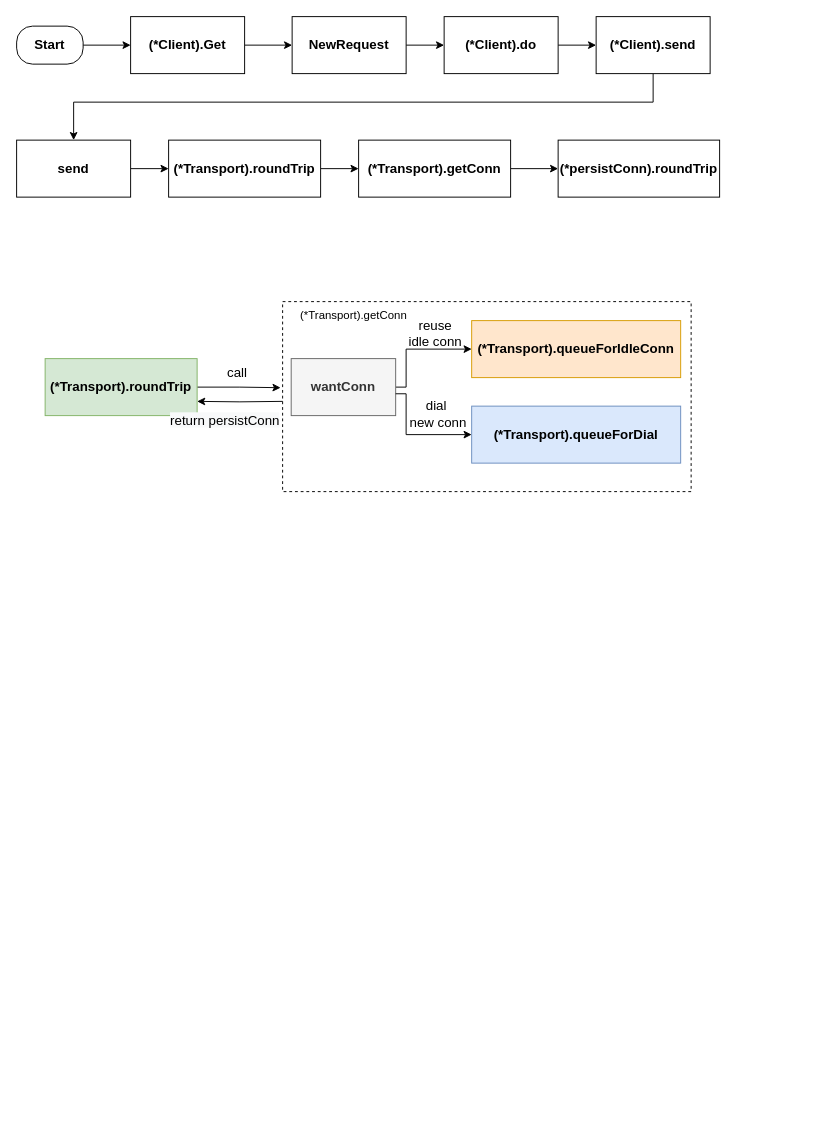
The draw.io diagram golang-http1-1-flow.drawio in baoqger/drawing.io, before the edit. Source tidied: cells renumbered, new cells numbered last; positions are measured from the earlier drawing's top-left corner, leaving out a move shared by most shapes. Both pictures are drawn from the tidied source at 95%, with x=0, y=0 at pixel (16, 16).
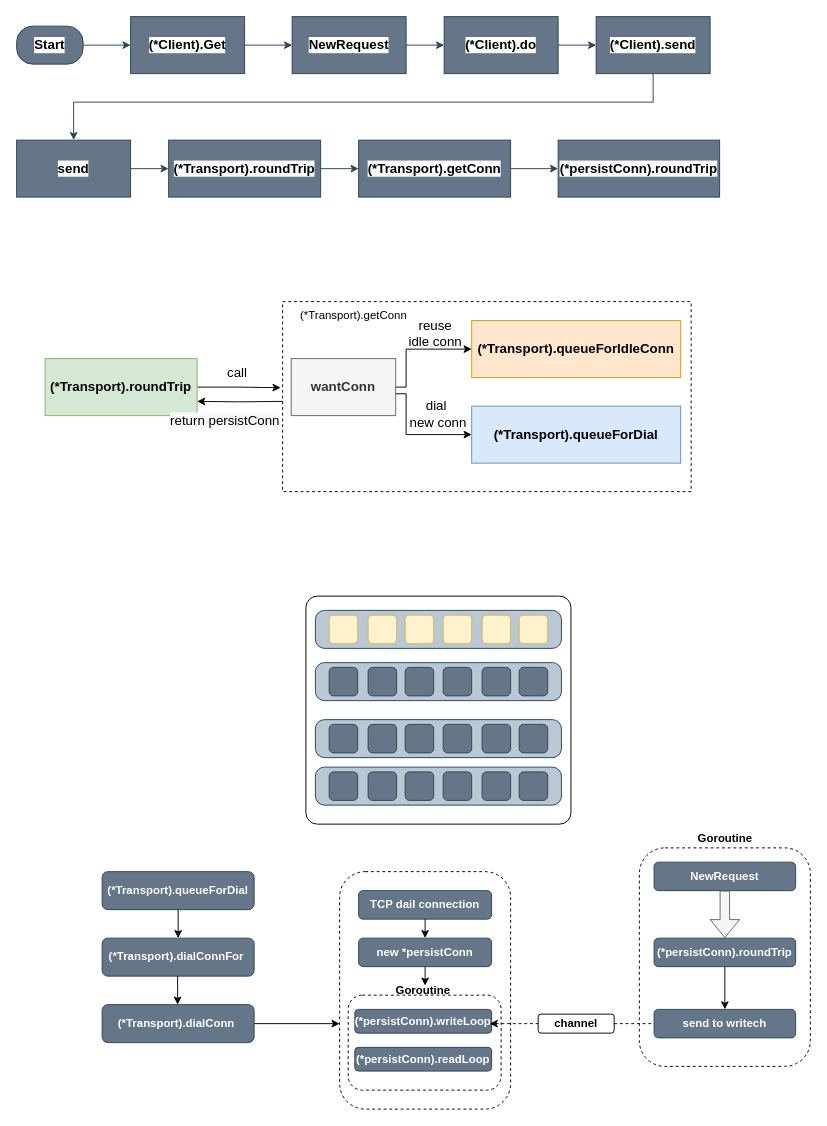
The same diagram, later.

What changed in the source:
```diff
@@
-    <mxCell id="2" style="edgeStyle=orthogonalEdgeStyle;rounded=0;jettySize=auto;html=1;" parent="1" edge="1" source="3" target="5">
+    <mxCell id="2" style="edgeStyle=orthogonalEdgeStyle;rounded=0;jettySize=auto;html=1;fillColor=#647687;strokeColor=#314354;labelBackgroundColor=default;fontColor=default;" parent="1" edge="1" source="3" target="5">
       <mxGeometry relative="1" as="geometry" />
     </mxCell>
-    <mxCell id="3" value="Start" style="rounded=1;whiteSpace=wrap;html=1;arcSize=42;fontStyle=1;fontSize=14;" parent="1" vertex="1">
+    <mxCell id="3" value="Start" style="rounded=1;whiteSpace=wrap;html=1;arcSize=42;fontStyle=1;fontSize=14;fillColor=#647687;fontColor=default;strokeColor=#314354;labelBackgroundColor=default;" parent="1" vertex="1">
       <mxGeometry y="10" width="70" height="40" as="geometry" />
     </mxCell>
-    <mxCell id="4" style="edgeStyle=orthogonalEdgeStyle;rounded=0;jettySize=auto;html=1;fontSize=14;" parent="1" edge="1" source="5" target="7">
+    <mxCell id="4" style="edgeStyle=orthogonalEdgeStyle;rounded=0;jettySize=auto;html=1;fontSize=14;fillColor=#647687;strokeColor=#314354;labelBackgroundColor=default;fontColor=default;" parent="1" edge="1" source="5" target="7">
       <mxGeometry relative="1" as="geometry" />
     </mxCell>
-    <mxCell id="5" value="(*Client).Get" style="rounded=1;whiteSpace=wrap;html=1;arcSize=0;fontSize=14;fontStyle=1;" parent="1" vertex="1">
+    <mxCell id="5" value="(*Client).Get" style="rounded=1;whiteSpace=wrap;html=1;arcSize=0;fontSize=14;fontStyle=1;fillColor=#647687;fontColor=default;strokeColor=#314354;labelBackgroundColor=default;" parent="1" vertex="1">
       <mxGeometry x="120" width="120" height="60" as="geometry" />
     </mxCell>
-    <mxCell id="6" style="edgeStyle=orthogonalEdgeStyle;rounded=0;jettySize=auto;html=1;fontSize=14;" parent="1" edge="1" source="7" target="9">
+    <mxCell id="6" style="edgeStyle=orthogonalEdgeStyle;rounded=0;jettySize=auto;html=1;fontSize=14;fillColor=#647687;strokeColor=#314354;labelBackgroundColor=default;fontColor=default;" parent="1" edge="1" source="7" target="9">
       <mxGeometry relative="1" as="geometry" />
     </mxCell>
-    <mxCell id="7" value="NewRequest" style="rounded=1;whiteSpace=wrap;html=1;arcSize=0;fontSize=14;fontStyle=1;" parent="1" vertex="1">
+    <mxCell id="7" value="NewRequest" style="rounded=1;whiteSpace=wrap;html=1;arcSize=0;fontSize=14;fontStyle=1;fillColor=#647687;fontColor=default;strokeColor=#314354;labelBackgroundColor=default;" parent="1" vertex="1">
       <mxGeometry x="290" width="120" height="60" as="geometry" />
     </mxCell>
-    <mxCell id="8" style="edgeStyle=orthogonalEdgeStyle;rounded=0;jettySize=auto;html=1;fontSize=14;" parent="1" edge="1" source="9" target="11">
+    <mxCell id="8" style="edgeStyle=orthogonalEdgeStyle;rounded=0;jettySize=auto;html=1;fontSize=14;fillColor=#647687;strokeColor=#314354;labelBackgroundColor=default;fontColor=default;" parent="1" edge="1" source="9" target="11">
       <mxGeometry relative="1" as="geometry" />
     </mxCell>
-    <mxCell id="9" value="(*Client).do" style="rounded=1;whiteSpace=wrap;html=1;arcSize=0;fontSize=14;fontStyle=1;" parent="1" vertex="1">
+    <mxCell id="9" value="(*Client).do" style="rounded=1;whiteSpace=wrap;html=1;arcSize=0;fontSize=14;fontStyle=1;fillColor=#647687;fontColor=default;strokeColor=#314354;labelBackgroundColor=default;" parent="1" vertex="1">
       <mxGeometry x="450" width="120" height="60" as="geometry" />
     </mxCell>
-    <mxCell id="10" style="edgeStyle=orthogonalEdgeStyle;rounded=0;jettySize=auto;html=1;fontSize=14;" parent="1" edge="1" source="11" target="13">
+    <mxCell id="10" style="edgeStyle=orthogonalEdgeStyle;rounded=0;jettySize=auto;html=1;fontSize=14;fillColor=#647687;strokeColor=#314354;labelBackgroundColor=default;fontColor=default;" parent="1" edge="1" source="11" target="13">
       <mxGeometry relative="1" as="geometry">
         <Array as="points">
           <mxPoint x="670" y="90" />
           <mxPoint x="60" y="90" />
         </Array>
       </mxGeometry>
     </mxCell>
-    <mxCell id="11" value="(*Client).send" style="rounded=1;whiteSpace=wrap;html=1;arcSize=0;fontSize=14;fontStyle=1;" parent="1" vertex="1">
+    <mxCell id="11" value="(*Client).send" style="rounded=1;whiteSpace=wrap;html=1;arcSize=0;fontSize=14;fontStyle=1;fillColor=#647687;fontColor=default;strokeColor=#314354;labelBackgroundColor=default;" parent="1" vertex="1">
       <mxGeometry x="610" width="120" height="60" as="geometry" />
     </mxCell>
-    <mxCell id="12" style="edgeStyle=orthogonalEdgeStyle;rounded=0;jettySize=auto;html=1;fontSize=14;" parent="1" edge="1" source="13" target="15">
+    <mxCell id="12" style="edgeStyle=orthogonalEdgeStyle;rounded=0;jettySize=auto;html=1;fontSize=14;fillColor=#647687;strokeColor=#314354;labelBackgroundColor=default;fontColor=default;" parent="1" edge="1" source="13" target="15">
       <mxGeometry relative="1" as="geometry" />
     </mxCell>
-    <mxCell id="13" value="send" style="rounded=1;whiteSpace=wrap;html=1;arcSize=0;fontSize=14;fontStyle=1;" parent="1" vertex="1">
+    <mxCell id="13" value="send" style="rounded=1;whiteSpace=wrap;html=1;arcSize=0;fontSize=14;fontStyle=1;fillColor=#647687;fontColor=default;strokeColor=#314354;labelBackgroundColor=default;" parent="1" vertex="1">
       <mxGeometry y="130" width="120" height="60" as="geometry" />
     </mxCell>
-    <mxCell id="14" style="edgeStyle=orthogonalEdgeStyle;rounded=0;jettySize=auto;html=1;fontSize=14;" parent="1" edge="1" source="15" target="17">
+    <mxCell id="14" style="edgeStyle=orthogonalEdgeStyle;rounded=0;jettySize=auto;html=1;fontSize=14;fillColor=#647687;strokeColor=#314354;labelBackgroundColor=default;fontColor=default;" parent="1" edge="1" source="15" target="17">
       <mxGeometry relative="1" as="geometry" />
     </mxCell>
-    <mxCell id="15" value="(*Transport).roundTrip" style="rounded=1;whiteSpace=wrap;html=1;arcSize=0;fontSize=14;fontStyle=1;" parent="1" vertex="1">
+    <mxCell id="15" value="(*Transport).roundTrip" style="rounded=1;whiteSpace=wrap;html=1;arcSize=0;fontSize=14;fontStyle=1;fillColor=#647687;fontColor=default;strokeColor=#314354;labelBackgroundColor=default;" parent="1" vertex="1">
       <mxGeometry x="160" y="130" width="160" height="60" as="geometry" />
     </mxCell>
-    <mxCell id="16" style="edgeStyle=orthogonalEdgeStyle;rounded=0;jettySize=auto;html=1;fontSize=14;" parent="1" edge="1" source="17" target="18">
+    <mxCell id="16" style="edgeStyle=orthogonalEdgeStyle;rounded=0;jettySize=auto;html=1;fontSize=14;fillColor=#647687;strokeColor=#314354;labelBackgroundColor=default;fontColor=default;" parent="1" edge="1" source="17" target="18">
       <mxGeometry relative="1" as="geometry" />
     </mxCell>
-    <mxCell id="17" value="(*Transport).getConn" style="rounded=1;whiteSpace=wrap;html=1;arcSize=0;fontSize=14;fontStyle=1;" parent="1" vertex="1">
+    <mxCell id="17" value="(*Transport).getConn" style="rounded=1;whiteSpace=wrap;html=1;arcSize=0;fontSize=14;fontStyle=1;fillColor=#647687;fontColor=default;strokeColor=#314354;labelBackgroundColor=default;" parent="1" vertex="1">
       <mxGeometry x="360" y="130" width="160" height="60" as="geometry" />
     </mxCell>
-    <mxCell id="18" value="(*persistConn).roundTrip" style="rounded=1;whiteSpace=wrap;html=1;arcSize=0;fontSize=14;fontStyle=1;" parent="1" vertex="1">
+    <mxCell id="18" value="(*persistConn).roundTrip" style="rounded=1;whiteSpace=wrap;html=1;arcSize=0;fontSize=14;fontStyle=1;fillColor=#647687;fontColor=default;strokeColor=#314354;labelBackgroundColor=default;" parent="1" vertex="1">
       <mxGeometry x="570" y="130" width="170" height="60" as="geometry" />
     </mxCell>
@@
+    <mxCell id="33" style="rounded=1;whiteSpace=wrap;html=1;fontColor=default;strokeColor=default;fillColor=default;arcSize=5;" parent="1" vertex="1">
+      <mxGeometry x="304.5" y="610" width="279" height="240" as="geometry" />
+    </mxCell>
+    <mxCell id="34" style="rounded=1;whiteSpace=wrap;html=1;strokeColor=#23445d;fillColor=#bac8d3;arcSize=24;fontColor=default;" parent="1" vertex="1">
+      <mxGeometry x="314.5" y="625" width="259" height="40" as="geometry" />
+    </mxCell>
+    <mxCell id="35" style="rounded=1;whiteSpace=wrap;html=1;strokeColor=#d6b656;fillColor=#fff2cc;fontColor=default;" parent="1" vertex="1">
+      <mxGeometry x="329" y="630" width="30" height="30" as="geometry" />
+    </mxCell>
+    <mxCell id="36" style="rounded=1;whiteSpace=wrap;html=1;strokeColor=#d6b656;fillColor=#fff2cc;fontColor=default;" parent="1" vertex="1">
+      <mxGeometry x="370" y="630" width="30" height="30" as="geometry" />
+    </mxCell>
+    <mxCell id="37" style="rounded=1;whiteSpace=wrap;html=1;strokeColor=#d6b656;fillColor=#fff2cc;fontColor=default;" parent="1" vertex="1">
+      <mxGeometry x="409" y="630" width="30" height="30" as="geometry" />
+    </mxCell>
+    <mxCell id="38" style="rounded=1;whiteSpace=wrap;html=1;strokeColor=#d6b656;fillColor=#fff2cc;fontColor=default;" parent="1" vertex="1">
+      <mxGeometry x="449" y="630" width="30" height="30" as="geometry" />
+    </mxCell>
+    <mxCell id="39" style="rounded=1;whiteSpace=wrap;html=1;strokeColor=#d6b656;fillColor=#fff2cc;fontColor=default;" parent="1" vertex="1">
+      <mxGeometry x="490" y="630" width="30" height="30" as="geometry" />
+    </mxCell>
+    <mxCell id="40" style="rounded=1;whiteSpace=wrap;html=1;strokeColor=#d6b656;fillColor=#fff2cc;fontColor=default;" parent="1" vertex="1">
+      <mxGeometry x="529" y="630" width="30" height="30" as="geometry" />
+    </mxCell>
+    <mxCell id="41" style="rounded=1;whiteSpace=wrap;html=1;strokeColor=#23445d;fillColor=#bac8d3;arcSize=24;fontColor=default;" parent="1" vertex="1">
+      <mxGeometry x="314.5" y="680" width="259" height="40" as="geometry" />
+    </mxCell>
+    <mxCell id="42" style="rounded=1;whiteSpace=wrap;html=1;strokeColor=#314354;fillColor=#647687;fontColor=#ffffff;" parent="1" vertex="1">
+      <mxGeometry x="329" y="685" width="30" height="30" as="geometry" />
+    </mxCell>
+    <mxCell id="43" style="rounded=1;whiteSpace=wrap;html=1;strokeColor=#314354;fillColor=#647687;fontColor=#ffffff;" parent="1" vertex="1">
+      <mxGeometry x="370" y="685" width="30" height="30" as="geometry" />
+    </mxCell>
+    <mxCell id="44" style="rounded=1;whiteSpace=wrap;html=1;strokeColor=#314354;fillColor=#647687;fontColor=#ffffff;" parent="1" vertex="1">
+      <mxGeometry x="409" y="685" width="30" height="30" as="geometry" />
+    </mxCell>
+    <mxCell id="45" style="rounded=1;whiteSpace=wrap;html=1;strokeColor=#314354;fillColor=#647687;fontColor=#ffffff;" parent="1" vertex="1">
+      <mxGeometry x="449" y="685" width="30" height="30" as="geometry" />
+    </mxCell>
+    <mxCell id="46" style="rounded=1;whiteSpace=wrap;html=1;strokeColor=#314354;fillColor=#647687;fontColor=#ffffff;" parent="1" vertex="1">
+      <mxGeometry x="490" y="685" width="30" height="30" as="geometry" />
+    </mxCell>
+    <mxCell id="47" style="rounded=1;whiteSpace=wrap;html=1;strokeColor=#314354;fillColor=#647687;fontColor=#ffffff;" parent="1" vertex="1">
+      <mxGeometry x="529" y="685" width="30" height="30" as="geometry" />
+    </mxCell>
+    <mxCell id="48" style="rounded=1;whiteSpace=wrap;html=1;strokeColor=#23445d;fillColor=#bac8d3;arcSize=24;fontColor=default;" parent="1" vertex="1">
+      <mxGeometry x="314.5" y="740" width="259" height="40" as="geometry" />
+    </mxCell>
+    <mxCell id="49" style="rounded=1;whiteSpace=wrap;html=1;strokeColor=#314354;fillColor=#647687;fontColor=#ffffff;" parent="1" vertex="1">
+      <mxGeometry x="329" y="745" width="30" height="30" as="geometry" />
+    </mxCell>
+    <mxCell id="50" style="rounded=1;whiteSpace=wrap;html=1;strokeColor=#314354;fillColor=#647687;fontColor=#ffffff;" parent="1" vertex="1">
+      <mxGeometry x="370" y="745" width="30" height="30" as="geometry" />
+    </mxCell>
+    <mxCell id="51" style="rounded=1;whiteSpace=wrap;html=1;strokeColor=#314354;fillColor=#647687;fontColor=#ffffff;" parent="1" vertex="1">
+      <mxGeometry x="409" y="745" width="30" height="30" as="geometry" />
+    </mxCell>
+    <mxCell id="52" style="rounded=1;whiteSpace=wrap;html=1;strokeColor=#314354;fillColor=#647687;fontColor=#ffffff;" parent="1" vertex="1">
+      <mxGeometry x="449" y="745" width="30" height="30" as="geometry" />
+    </mxCell>
+    <mxCell id="53" style="rounded=1;whiteSpace=wrap;html=1;strokeColor=#314354;fillColor=#647687;fontColor=#ffffff;" parent="1" vertex="1">
+      <mxGeometry x="490" y="745" width="30" height="30" as="geometry" />
+    </mxCell>
+    <mxCell id="54" style="rounded=1;whiteSpace=wrap;html=1;strokeColor=#314354;fillColor=#647687;fontColor=#ffffff;" parent="1" vertex="1">
+      <mxGeometry x="529" y="745" width="30" height="30" as="geometry" />
+    </mxCell>
+    <mxCell id="55" style="rounded=1;whiteSpace=wrap;html=1;strokeColor=#23445d;fillColor=#bac8d3;arcSize=24;fontColor=default;" parent="1" vertex="1">
+      <mxGeometry x="314.5" y="790" width="259" height="40" as="geometry" />
+    </mxCell>
+    <mxCell id="56" style="rounded=1;whiteSpace=wrap;html=1;strokeColor=#314354;fillColor=#647687;fontColor=#ffffff;" parent="1" vertex="1">
+      <mxGeometry x="329" y="795" width="30" height="30" as="geometry" />
+    </mxCell>
+    <mxCell id="57" style="rounded=1;whiteSpace=wrap;html=1;strokeColor=#314354;fillColor=#647687;fontColor=#ffffff;" parent="1" vertex="1">
+      <mxGeometry x="370" y="795" width="30" height="30" as="geometry" />
+    </mxCell>
+    <mxCell id="58" style="rounded=1;whiteSpace=wrap;html=1;strokeColor=#314354;fillColor=#647687;fontColor=#ffffff;" parent="1" vertex="1">
+      <mxGeometry x="409" y="795" width="30" height="30" as="geometry" />
+    </mxCell>
+    <mxCell id="59" style="rounded=1;whiteSpace=wrap;html=1;strokeColor=#314354;fillColor=#647687;fontColor=#ffffff;" parent="1" vertex="1">
+      <mxGeometry x="449" y="795" width="30" height="30" as="geometry" />
+    </mxCell>
+    <mxCell id="60" style="rounded=1;whiteSpace=wrap;html=1;strokeColor=#314354;fillColor=#647687;fontColor=#ffffff;" parent="1" vertex="1">
+      <mxGeometry x="490" y="795" width="30" height="30" as="geometry" />
+    </mxCell>
+    <mxCell id="61" style="rounded=1;whiteSpace=wrap;html=1;strokeColor=#314354;fillColor=#647687;fontColor=#ffffff;" parent="1" vertex="1">
+      <mxGeometry x="529" y="795" width="30" height="30" as="geometry" />
+    </mxCell>
+    <mxCell id="62" value="(*Transport).dialConnFor&amp;nbsp;" style="rounded=1;whiteSpace=wrap;html=1;fillColor=#647687;strokeColor=#314354;fontStyle=1;fontColor=#ffffff;" parent="1" vertex="1">
+      <mxGeometry x="90" y="970" width="160" height="40" as="geometry" />
+    </mxCell>
+    <mxCell id="63" value="(*Transport).queueForDial" style="rounded=1;whiteSpace=wrap;html=1;fillColor=#647687;strokeColor=#314354;fontStyle=1;fontColor=#ffffff;" parent="1" vertex="1">
+      <mxGeometry x="90" y="900" width="160" height="40" as="geometry" />
+    </mxCell>
+    <mxCell id="64" style="edgeStyle=orthogonalEdgeStyle;rounded=0;jettySize=auto;html=1;fontColor=default;strokeColor=default;labelBackgroundColor=default;" parent="1" edge="1" source="65" target="66">
+      <mxGeometry relative="1" as="geometry">
+        <Array as="points">
+          <mxPoint x="330" y="1060" />
+          <mxPoint x="330" y="1060" />
+        </Array>
+      </mxGeometry>
+    </mxCell>
+    <mxCell id="65" value="(*Transport).dialConn&amp;nbsp;" style="rounded=1;whiteSpace=wrap;html=1;fillColor=#647687;strokeColor=#314354;fontStyle=1;fontColor=#ffffff;" parent="1" vertex="1">
+      <mxGeometry x="90" y="1040" width="160" height="40" as="geometry" />
+    </mxCell>
+    <mxCell id="66" style="whiteSpace=wrap;html=1;rounded=1;fontStyle=1;strokeColor=default;fillColor=none;fontColor=default;dashed=1;" parent="1" vertex="1">
+      <mxGeometry x="340" y="900" width="180" height="250" as="geometry" />
+    </mxCell>
+    <mxCell id="67" value="TCP dail connection" style="rounded=1;whiteSpace=wrap;html=1;strokeColor=#314354;fillColor=#647687;fontColor=#ffffff;fontStyle=1;" parent="1" vertex="1">
+      <mxGeometry x="360" y="920" width="140" height="30" as="geometry" />
+    </mxCell>
+    <mxCell id="68" style="whiteSpace=wrap;html=1;rounded=1;fontStyle=1;strokeColor=default;fillColor=none;fontColor=default;dashed=1;" parent="1" vertex="1">
+      <mxGeometry x="349" y="1030" width="161" height="100" as="geometry" />
+    </mxCell>
+    <mxCell id="69" value="(*persistConn).writeLoop" style="rounded=1;whiteSpace=wrap;html=1;strokeColor=#314354;fillColor=#647687;fontColor=#ffffff;fontStyle=1;" parent="1" vertex="1">
+      <mxGeometry x="356" y="1045" width="144" height="25" as="geometry" />
+    </mxCell>
+    <mxCell id="70" value="(*persistConn).readLoop" style="rounded=1;whiteSpace=wrap;html=1;strokeColor=#314354;fillColor=#647687;fontColor=#ffffff;fontStyle=1;" parent="1" vertex="1">
+      <mxGeometry x="356" y="1085" width="144" height="25" as="geometry" />
+    </mxCell>
+    <mxCell id="71" value="Goroutine" style="text;html=1;strokeColor=none;fillColor=none;align=center;verticalAlign=middle;whiteSpace=wrap;rounded=0;dashed=1;fontColor=default;fontStyle=1;" parent="1" vertex="1">
+      <mxGeometry x="398" y="1010" width="60" height="30" as="geometry" />
+    </mxCell>
+    <mxCell id="72" value="(*persistConn).roundTrip" style="rounded=1;whiteSpace=wrap;html=1;strokeColor=#314354;fillColor=#647687;fontColor=#ffffff;fontStyle=1;" parent="1" vertex="1">
+      <mxGeometry x="671" y="970" width="149" height="30" as="geometry" />
+    </mxCell>
+    <mxCell id="73" value="send to writech" style="rounded=1;whiteSpace=wrap;html=1;strokeColor=#314354;fillColor=#647687;fontColor=#ffffff;fontStyle=1;" parent="1" vertex="1">
+      <mxGeometry x="671" y="1045" width="149" height="30" as="geometry" />
+    </mxCell>
+    <mxCell id="74" style="endArrow=classic;html=1;rounded=0;labelBackgroundColor=default;fontColor=default;strokeColor=default;entryX=0.5;entryY=0;entryDx=0;entryDy=0;exitX=0.5;exitY=1;exitDx=0;exitDy=0;" parent="1" edge="1" source="72" target="73">
+      <mxGeometry relative="1" as="geometry" />
+    </mxCell>
+    <mxCell id="75" value="channel" style="rounded=1;whiteSpace=wrap;html=1;fontColor=default;strokeColor=default;fillColor=none;fontStyle=1;" parent="1" vertex="1">
+      <mxGeometry x="549" y="1050" width="80" height="20" as="geometry" />
+    </mxCell>
+    <mxCell id="76" style="endArrow=none;html=1;rounded=0;labelBackgroundColor=default;fontColor=default;strokeColor=default;entryX=0;entryY=0.5;entryDx=0;entryDy=0;dashed=1;startArrow=classic;startFill=1;" parent="1" edge="1" target="75">
+      <mxGeometry relative="1" as="geometry">
+        <mxPoint x="498" y="1060" as="sourcePoint" />
+      </mxGeometry>
+    </mxCell>
+    <mxCell id="77" style="endArrow=none;dashed=1;html=1;strokeWidth=1;rounded=0;labelBackgroundColor=default;fontColor=default;exitX=1;exitY=0.5;exitDx=0;exitDy=0;strokeColor=default;entryX=0;entryY=0.5;entryDx=0;entryDy=0;" parent="1" edge="1" source="75" target="73">
+      <mxGeometry relative="1" as="geometry" />
+    </mxCell>
+    <mxCell id="78" style="endArrow=classic;html=1;rounded=0;labelBackgroundColor=default;fontColor=default;strokeColor=default;strokeWidth=1;exitX=0.5;exitY=1;exitDx=0;exitDy=0;entryX=0.5;entryY=0;entryDx=0;entryDy=0;" parent="1" edge="1" source="63" target="62">
+      <mxGeometry relative="1" as="geometry" />
+    </mxCell>
+    <mxCell id="79" style="endArrow=classic;html=1;rounded=0;labelBackgroundColor=default;fontColor=default;strokeColor=default;strokeWidth=1;exitX=0.5;exitY=1;exitDx=0;exitDy=0;entryX=0.5;entryY=0;entryDx=0;entryDy=0;" parent="1" edge="1">
+      <mxGeometry relative="1" as="geometry">
+        <mxPoint x="169.5" y="1010" as="sourcePoint" />
+        <mxPoint x="169.5" y="1040" as="targetPoint" />
+      </mxGeometry>
+    </mxCell>
+    <mxCell id="80" value="NewRequest" style="rounded=1;whiteSpace=wrap;html=1;strokeColor=#314354;fillColor=#647687;fontColor=#ffffff;fontStyle=1;" parent="1" vertex="1">
+      <mxGeometry x="671" y="890" width="149" height="30" as="geometry" />
+    </mxCell>
+    <mxCell id="81" style="shape=flexArrow;endArrow=classic;html=1;rounded=0;labelBackgroundColor=default;fontColor=default;strokeColor=#666666;strokeWidth=1;exitX=0.5;exitY=1;exitDx=0;exitDy=0;fillColor=#f5f5f5;entryX=0.5;entryY=0;entryDx=0;entryDy=0;" parent="1" edge="1" source="80">
+      <mxGeometry relative="1" as="geometry">
+        <mxPoint x="745.5" y="970" as="targetPoint" />
+      </mxGeometry>
+    </mxCell>
+    <mxCell id="82" value="new *persistConn" style="rounded=1;whiteSpace=wrap;html=1;strokeColor=#314354;fillColor=#647687;fontColor=#ffffff;fontStyle=1;" parent="1" vertex="1">
+      <mxGeometry x="360" y="970" width="140" height="30" as="geometry" />
+    </mxCell>
+    <mxCell id="83" style="endArrow=classic;html=1;rounded=0;labelBackgroundColor=default;fontColor=default;strokeColor=default;strokeWidth=1;exitX=0.5;exitY=1;exitDx=0;exitDy=0;" parent="1" edge="1" source="67" target="82">
+      <mxGeometry relative="1" as="geometry" />
+    </mxCell>
+    <mxCell id="84" style="whiteSpace=wrap;html=1;rounded=1;fontStyle=1;strokeColor=default;fillColor=none;fontColor=default;dashed=1;" parent="1" vertex="1">
+      <mxGeometry x="655.5" y="875" width="180" height="230" as="geometry" />
+    </mxCell>
+    <mxCell id="85" style="endArrow=classic;html=1;rounded=0;labelBackgroundColor=default;fontColor=default;strokeColor=default;strokeWidth=1;exitX=0.5;exitY=1;exitDx=0;exitDy=0;entryX=0.533;entryY=0.333;entryDx=0;entryDy=0;entryPerimeter=0;" parent="1" edge="1" source="82" target="71">
+      <mxGeometry relative="1" as="geometry" />
+    </mxCell>
+    <mxCell id="86" value="Goroutine" style="text;html=1;strokeColor=none;fillColor=none;align=center;verticalAlign=middle;whiteSpace=wrap;rounded=0;dashed=1;fontColor=default;fontStyle=1;" parent="1" vertex="1">
+      <mxGeometry x="715.5" y="850" width="60" height="30" as="geometry" />
+    </mxCell>
```
